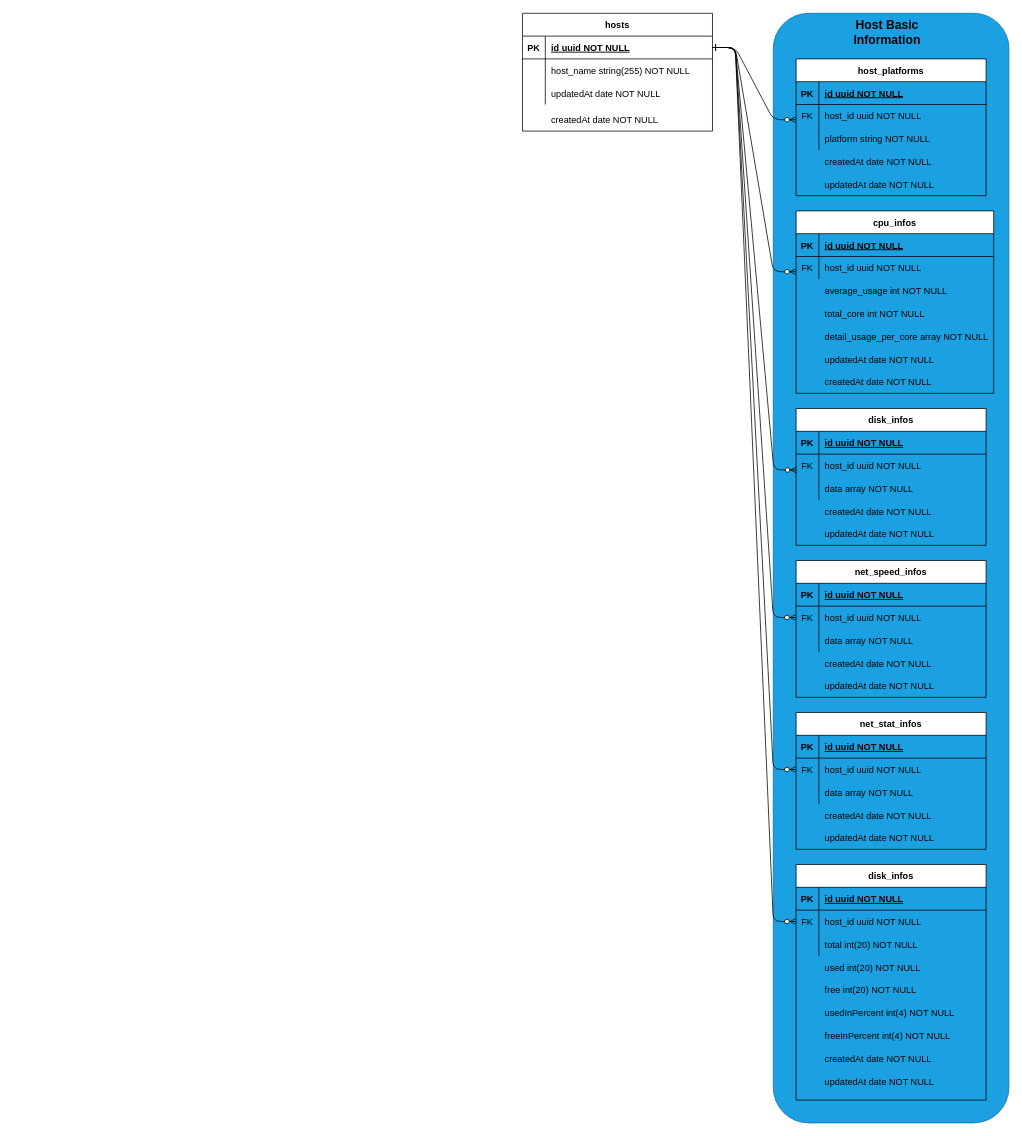
The draw.io diagram ERD.drawio in zed378/monitored, before the edit. Source tidied: cells renumbered, new cells numbered last; positions are measured from the earlier drawing's top-left corner, leaving out a move shared by most shapes. Both pictures are drawn from the tidied source at 76%, with x=0, y=0 at pixel (522, 13).
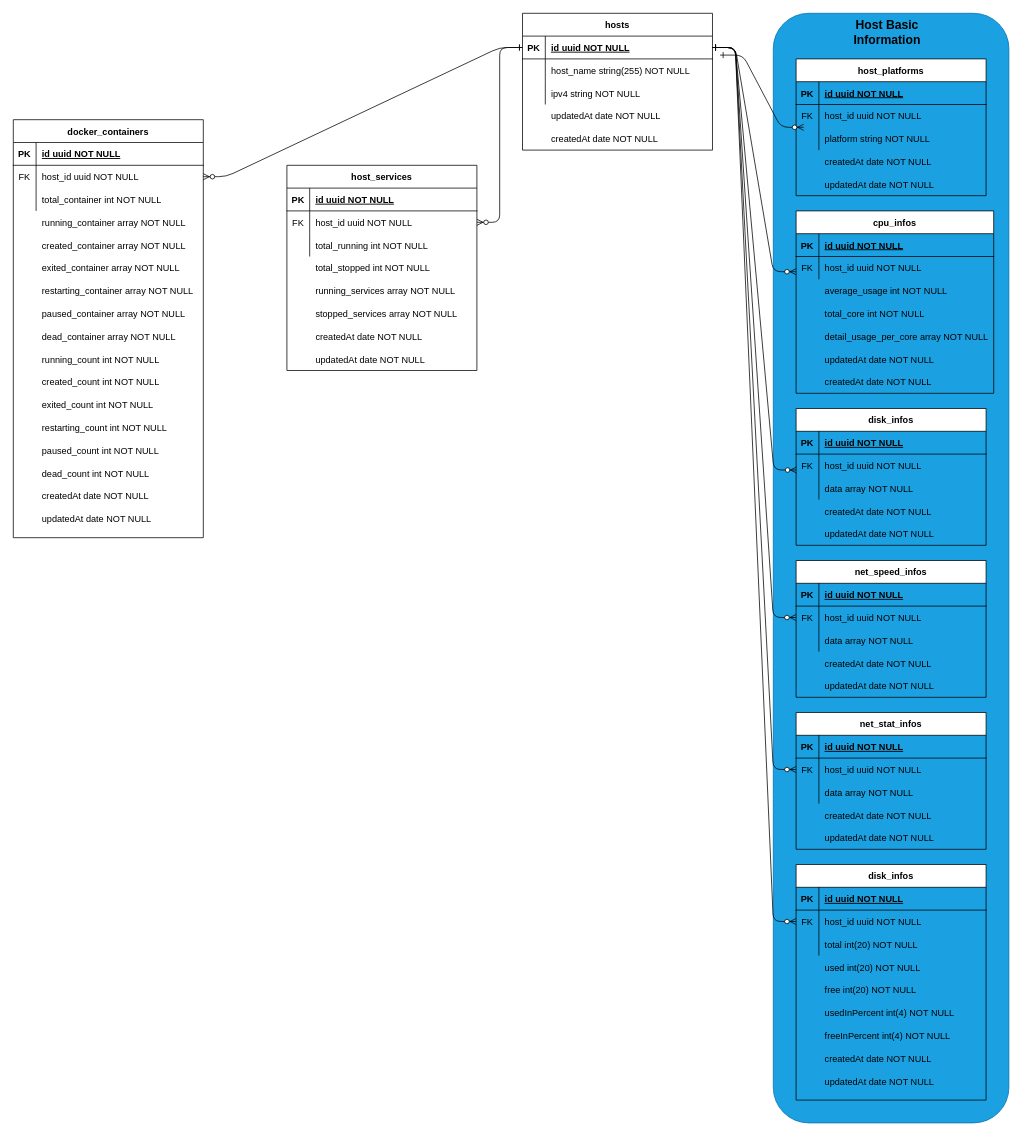
The same diagram, later.

The change refers to these unchanged cells:
```xml
<mxCell id="8" style="shape=partialRectangle;fillColor=none;points=[[0,0.5],[1,0.5]];portConstraint=eastwest;top=0;left=0;right=0;bottom=1;" parent="7" vertex="1">
  <mxGeometry y="30" width="250" height="30" as="geometry" />
</mxCell>
<mxCell id="14" style="shape=partialRectangle;fillColor=none;top=0;left=0;right=0;bottom=0;" parent="7" vertex="1">
  <mxGeometry y="90" width="250" height="30" as="geometry" />
</mxCell>
<mxCell id="44" style="shape=partialRectangle;fillColor=none;points=[[0,0.5],[1,0.5]];portConstraint=eastwest;top=0;left=0;right=0;bottom=0;" parent="40" vertex="1">
  <mxGeometry y="60" width="250" height="30" as="geometry" />
</mxCell>
```

The edit, as a diff of the source:
```diff
@@
     <mxCell id="6" style="group;" parent="1" vertex="1">
-      <mxGeometry width="250" height="155" as="geometry" />
+      <mxGeometry width="250" height="250" as="geometry" />
     </mxCell>
     <mxCell id="7" value="hosts" style="shape=table;startSize=30;childLayout=tableLayout;rowLines=0;fontStyle=1;align=center;" parent="6" vertex="1">
-      <mxGeometry width="250" height="155" as="geometry" />
+      <mxGeometry width="250" height="180" as="geometry" />
     </mxCell>
@@
-    <mxCell id="16" value="updatedAt date NOT NULL" style="shape=partialRectangle;overflow=hidden;fillColor=none;top=0;left=0;bottom=0;right=0;align=left;spacingLeft=6;" parent="14" vertex="1">
+    <mxCell id="16" value="ipv4 string NOT NULL" style="shape=partialRectangle;overflow=hidden;fillColor=none;top=0;left=0;bottom=0;right=0;align=left;spacingLeft=6;" parent="14" vertex="1">
       <mxGeometry x="30" width="220" height="30" as="geometry" />
     </mxCell>
     <mxCell id="17" style="group;" parent="6" vertex="1">
-      <mxGeometry y="125" width="250" height="30" as="geometry" />
+      <mxGeometry y="150" width="250" height="30" as="geometry" />
     </mxCell>
@@
+    <mxCell id="141" value="updatedAt date NOT NULL" style="shape=partialRectangle;overflow=hidden;fillColor=none;top=0;left=0;bottom=0;right=0;align=left;spacingLeft=6;" parent="6" vertex="1">
+      <mxGeometry x="30" y="120" width="220" height="30" as="geometry" />
+    </mxCell>
+    <mxCell id="142" style="shape=partialRectangle;overflow=hidden;fillColor=none;top=0;left=0;bottom=0;right=0;" parent="6" vertex="1">
+      <mxGeometry y="120" width="30" height="30" as="geometry" />
+    </mxCell>
@@
-    <mxCell id="38" style="edgeStyle=entityRelationEdgeStyle;endArrow=ERzeroToMany;startArrow=ERone;endFill=1;startFill=0;entryX=0;entryY=0.667;entryDx=0;entryDy=0;entryPerimeter=0;exitX=1;exitY=0.5;exitDx=0;exitDy=0;" parent="1" edge="1" source="8" target="44">
+    <mxCell id="38" style="edgeStyle=entityRelationEdgeStyle;endArrow=ERzeroToMany;startArrow=ERone;endFill=1;startFill=0;entryX=1;entryY=0.5;entryDx=0;entryDy=0;exitX=0;exitY=0.5;exitDx=0;exitDy=0;" parent="1" edge="1" source="8" target="148">
       <mxGeometry relative="1" as="geometry">
         <Array as="points">
-          <mxPoint x="30" y="300" />
+          <mxPoint x="-360" y="315" />
         </Array>
       </mxGeometry>
     </mxCell>
@@
+    <mxCell id="143" style="group;" parent="1" vertex="1">
+      <mxGeometry x="-310" y="200" width="250" height="270" as="geometry" />
+    </mxCell>
+    <mxCell id="144" value="host_services" style="shape=table;startSize=30;childLayout=tableLayout;rowLines=0;fontStyle=1;align=center;" parent="143" vertex="1">
+      <mxGeometry width="250" height="270" as="geometry" />
+    </mxCell>
+    <mxCell id="145" style="shape=partialRectangle;fillColor=none;top=0;left=0;right=0;bottom=1;" parent="144" vertex="1">
+      <mxGeometry y="30" width="250" height="30" as="geometry" />
+    </mxCell>
+    <mxCell id="146" value="PK" style="shape=partialRectangle;overflow=hidden;fillColor=none;top=0;left=0;bottom=0;right=0;fontStyle=1;" parent="145" vertex="1">
+      <mxGeometry width="30" height="30" as="geometry" />
+    </mxCell>
+    <mxCell id="147" value="id uuid NOT NULL" style="shape=partialRectangle;overflow=hidden;fillColor=none;top=0;left=0;bottom=0;right=0;align=left;spacingLeft=6;fontStyle=5;" parent="145" vertex="1">
+      <mxGeometry x="30" width="220" height="30" as="geometry" />
+    </mxCell>
+    <mxCell id="148" style="shape=partialRectangle;fillColor=none;points=[[0,0.5],[1,0.5]];portConstraint=eastwest;top=0;left=0;right=0;bottom=0;" parent="144" vertex="1">
+      <mxGeometry y="60" width="250" height="30" as="geometry" />
+    </mxCell>
+    <mxCell id="149" value="FK" style="shape=partialRectangle;overflow=hidden;fillColor=none;top=0;left=0;bottom=0;right=0;" parent="148" vertex="1">
+      <mxGeometry width="30" height="30" as="geometry" />
+    </mxCell>
+    <mxCell id="150" value="host_id uuid NOT NULL" style="shape=partialRectangle;overflow=hidden;fillColor=none;top=0;left=0;bottom=0;right=0;align=left;spacingLeft=6;" parent="148" vertex="1">
+      <mxGeometry x="30" width="220" height="30" as="geometry" />
+    </mxCell>
+    <mxCell id="151" style="shape=partialRectangle;fillColor=none;top=0;left=0;right=0;bottom=0;" parent="144" vertex="1">
+      <mxGeometry y="90" width="250" height="30" as="geometry" />
+    </mxCell>
+    <mxCell id="152" style="shape=partialRectangle;overflow=hidden;fillColor=none;top=0;left=0;bottom=0;right=0;" parent="151" vertex="1">
+      <mxGeometry width="30" height="30" as="geometry" />
+    </mxCell>
+    <mxCell id="153" value="total_running int NOT NULL" style="shape=partialRectangle;overflow=hidden;fillColor=none;top=0;left=0;bottom=0;right=0;align=left;spacingLeft=6;" parent="151" vertex="1">
+      <mxGeometry x="30" width="220" height="30" as="geometry" />
+    </mxCell>
+    <mxCell id="154" style="shape=partialRectangle;overflow=hidden;fillColor=none;top=0;left=0;bottom=0;right=0;" parent="143" vertex="1">
+      <mxGeometry y="120" width="30" height="30" as="geometry" />
+    </mxCell>
+    <mxCell id="155" value="total_stopped int NOT NULL" style="shape=partialRectangle;overflow=hidden;fillColor=none;top=0;left=0;bottom=0;right=0;align=left;spacingLeft=6;" parent="143" vertex="1">
+      <mxGeometry x="30" y="120" width="220" height="30" as="geometry" />
+    </mxCell>
+    <mxCell id="156" style="shape=partialRectangle;overflow=hidden;fillColor=none;top=0;left=0;bottom=0;right=0;" parent="143" vertex="1">
+      <mxGeometry y="150" width="30" height="30" as="geometry" />
+    </mxCell>
+    <mxCell id="157" value="running_services array NOT NULL" style="shape=partialRectangle;overflow=hidden;fillColor=none;top=0;left=0;bottom=0;right=0;align=left;spacingLeft=6;" parent="143" vertex="1">
+      <mxGeometry x="30" y="150" width="220" height="30" as="geometry" />
+    </mxCell>
+    <mxCell id="158" style="shape=partialRectangle;overflow=hidden;fillColor=none;top=0;left=0;bottom=0;right=0;" parent="143" vertex="1">
+      <mxGeometry y="180" width="30" height="30" as="geometry" />
+    </mxCell>
+    <mxCell id="159" value="stopped_services array NOT NULL" style="shape=partialRectangle;overflow=hidden;fillColor=none;top=0;left=0;bottom=0;right=0;align=left;spacingLeft=6;" parent="143" vertex="1">
+      <mxGeometry x="30" y="180" width="220" height="30" as="geometry" />
+    </mxCell>
+    <mxCell id="160" style="shape=partialRectangle;overflow=hidden;fillColor=none;top=0;left=0;bottom=0;right=0;" parent="143" vertex="1">
+      <mxGeometry y="210" width="30" height="30" as="geometry" />
+    </mxCell>
+    <mxCell id="161" value="createdAt date NOT NULL" style="shape=partialRectangle;overflow=hidden;fillColor=none;top=0;left=0;bottom=0;right=0;align=left;spacingLeft=6;" parent="143" vertex="1">
+      <mxGeometry x="30" y="210" width="220" height="30" as="geometry" />
+    </mxCell>
+    <mxCell id="162" style="shape=partialRectangle;overflow=hidden;fillColor=none;top=0;left=0;bottom=0;right=0;" parent="143" vertex="1">
+      <mxGeometry y="240" width="30" height="30" as="geometry" />
+    </mxCell>
+    <mxCell id="163" value="updatedAt date NOT NULL" style="shape=partialRectangle;overflow=hidden;fillColor=none;top=0;left=0;bottom=0;right=0;align=left;spacingLeft=6;" parent="143" vertex="1">
+      <mxGeometry x="30" y="240" width="220" height="30" as="geometry" />
+    </mxCell>
+    <mxCell id="164" style="edgeStyle=entityRelationEdgeStyle;endArrow=ERzeroToMany;startArrow=ERone;endFill=1;startFill=0;entryX=0;entryY=0.667;entryDx=0;entryDy=0;entryPerimeter=0;exitX=1;exitY=0.5;exitDx=0;exitDy=0;" parent="1" edge="1">
+      <mxGeometry relative="1" as="geometry">
+        <mxPoint x="260" y="55" as="sourcePoint" />
+        <mxPoint x="370" y="150" as="targetPoint" />
+        <Array as="points">
+          <mxPoint x="40" y="310" />
+        </Array>
+      </mxGeometry>
+    </mxCell>
+    <mxCell id="165" style="group;" parent="1" vertex="1">
+      <mxGeometry x="-670" y="140" width="250" height="580" as="geometry" />
+    </mxCell>
+    <mxCell id="166" value="docker_containers" style="shape=table;startSize=30;childLayout=tableLayout;rowLines=0;fontStyle=1;align=center;" parent="165" vertex="1">
+      <mxGeometry width="250" height="550" as="geometry" />
+    </mxCell>
+    <mxCell id="167" style="shape=partialRectangle;fillColor=none;top=0;left=0;right=0;bottom=1;" parent="166" vertex="1">
+      <mxGeometry y="30" width="250" height="30" as="geometry" />
+    </mxCell>
+    <mxCell id="168" value="PK" style="shape=partialRectangle;overflow=hidden;fillColor=none;top=0;left=0;bottom=0;right=0;fontStyle=1;" parent="167" vertex="1">
+      <mxGeometry width="30" height="30" as="geometry" />
+    </mxCell>
+    <mxCell id="169" value="id uuid NOT NULL" style="shape=partialRectangle;overflow=hidden;fillColor=none;top=0;left=0;bottom=0;right=0;align=left;spacingLeft=6;fontStyle=5;" parent="167" vertex="1">
+      <mxGeometry x="30" width="220" height="30" as="geometry" />
+    </mxCell>
+    <mxCell id="170" style="shape=partialRectangle;fillColor=none;points=[[0,0.5],[1,0.5]];portConstraint=eastwest;top=0;left=0;right=0;bottom=0;" parent="166" vertex="1">
+      <mxGeometry y="60" width="250" height="30" as="geometry" />
+    </mxCell>
+    <mxCell id="171" value="FK" style="shape=partialRectangle;overflow=hidden;fillColor=none;top=0;left=0;bottom=0;right=0;" parent="170" vertex="1">
+      <mxGeometry width="30" height="30" as="geometry" />
+    </mxCell>
+    <mxCell id="172" value="host_id uuid NOT NULL" style="shape=partialRectangle;overflow=hidden;fillColor=none;top=0;left=0;bottom=0;right=0;align=left;spacingLeft=6;" parent="170" vertex="1">
+      <mxGeometry x="30" width="220" height="30" as="geometry" />
+    </mxCell>
+    <mxCell id="173" style="shape=partialRectangle;fillColor=none;top=0;left=0;right=0;bottom=0;" parent="166" vertex="1">
+      <mxGeometry y="90" width="250" height="30" as="geometry" />
+    </mxCell>
+    <mxCell id="174" style="shape=partialRectangle;overflow=hidden;fillColor=none;top=0;left=0;bottom=0;right=0;" parent="173" vertex="1">
+      <mxGeometry width="30" height="30" as="geometry" />
+    </mxCell>
+    <mxCell id="175" value="total_container int NOT NULL" style="shape=partialRectangle;overflow=hidden;fillColor=none;top=0;left=0;bottom=0;right=0;align=left;spacingLeft=6;" parent="173" vertex="1">
+      <mxGeometry x="30" width="220" height="30" as="geometry" />
+    </mxCell>
+    <mxCell id="176" style="shape=partialRectangle;overflow=hidden;fillColor=none;top=0;left=0;bottom=0;right=0;" parent="165" vertex="1">
+      <mxGeometry y="120" width="30" height="30" as="geometry" />
+    </mxCell>
+    <mxCell id="177" value="running_container array NOT NULL" style="shape=partialRectangle;overflow=hidden;fillColor=none;top=0;left=0;bottom=0;right=0;align=left;spacingLeft=6;" parent="165" vertex="1">
+      <mxGeometry x="30" y="120" width="220" height="30" as="geometry" />
+    </mxCell>
+    <mxCell id="178" style="shape=partialRectangle;overflow=hidden;fillColor=none;top=0;left=0;bottom=0;right=0;" parent="165" vertex="1">
+      <mxGeometry y="150" width="30" height="30" as="geometry" />
+    </mxCell>
+    <mxCell id="179" value="created_container array NOT NULL" style="shape=partialRectangle;overflow=hidden;fillColor=none;top=0;left=0;bottom=0;right=0;align=left;spacingLeft=6;" parent="165" vertex="1">
+      <mxGeometry x="30" y="150" width="220" height="30" as="geometry" />
+    </mxCell>
+    <mxCell id="180" style="shape=partialRectangle;overflow=hidden;fillColor=none;top=0;left=0;bottom=0;right=0;" parent="165" vertex="1">
+      <mxGeometry y="180" width="30" height="30" as="geometry" />
+    </mxCell>
+    <mxCell id="181" value="exited_container array NOT NULL" style="shape=partialRectangle;overflow=hidden;fillColor=none;top=0;left=0;bottom=0;right=0;align=left;spacingLeft=6;" parent="165" vertex="1">
+      <mxGeometry x="30" y="180" width="220" height="30" as="geometry" />
+    </mxCell>
+    <mxCell id="182" style="shape=partialRectangle;overflow=hidden;fillColor=none;top=0;left=0;bottom=0;right=0;" parent="165" vertex="1">
+      <mxGeometry y="210" width="30" height="30" as="geometry" />
+    </mxCell>
+    <mxCell id="183" value="restarting_container array NOT NULL" style="shape=partialRectangle;overflow=hidden;fillColor=none;top=0;left=0;bottom=0;right=0;align=left;spacingLeft=6;" parent="165" vertex="1">
+      <mxGeometry x="30" y="210" width="220" height="30" as="geometry" />
+    </mxCell>
+    <mxCell id="184" style="shape=partialRectangle;overflow=hidden;fillColor=none;top=0;left=0;bottom=0;right=0;" parent="165" vertex="1">
+      <mxGeometry y="240" width="30" height="30" as="geometry" />
+    </mxCell>
+    <mxCell id="185" value="paused_container array NOT NULL" style="shape=partialRectangle;overflow=hidden;fillColor=none;top=0;left=0;bottom=0;right=0;align=left;spacingLeft=6;" parent="165" vertex="1">
+      <mxGeometry x="30" y="240" width="220" height="30" as="geometry" />
+    </mxCell>
+    <mxCell id="186" style="shape=partialRectangle;overflow=hidden;fillColor=none;top=0;left=0;bottom=0;right=0;" parent="165" vertex="1">
+      <mxGeometry y="270" width="30" height="30" as="geometry" />
+    </mxCell>
+    <mxCell id="187" value="dead_container array NOT NULL" style="shape=partialRectangle;overflow=hidden;fillColor=none;top=0;left=0;bottom=0;right=0;align=left;spacingLeft=6;" parent="165" vertex="1">
+      <mxGeometry x="30" y="270" width="220" height="30" as="geometry" />
+    </mxCell>
+    <mxCell id="188" style="shape=partialRectangle;overflow=hidden;fillColor=none;top=0;left=0;bottom=0;right=0;" parent="165" vertex="1">
+      <mxGeometry y="300" width="30" height="30" as="geometry" />
+    </mxCell>
+    <mxCell id="189" value="running_count int NOT NULL" style="shape=partialRectangle;overflow=hidden;fillColor=none;top=0;left=0;bottom=0;right=0;align=left;spacingLeft=6;" parent="165" vertex="1">
+      <mxGeometry x="30" y="300" width="220" height="30" as="geometry" />
+    </mxCell>
+    <mxCell id="190" style="shape=partialRectangle;overflow=hidden;fillColor=none;top=0;left=0;bottom=0;right=0;" parent="165" vertex="1">
+      <mxGeometry y="330" width="30" height="30" as="geometry" />
+    </mxCell>
+    <mxCell id="191" value="created_count int NOT NULL" style="shape=partialRectangle;overflow=hidden;fillColor=none;top=0;left=0;bottom=0;right=0;align=left;spacingLeft=6;" parent="165" vertex="1">
+      <mxGeometry x="30" y="330" width="220" height="30" as="geometry" />
+    </mxCell>
+    <mxCell id="192" style="shape=partialRectangle;overflow=hidden;fillColor=none;top=0;left=0;bottom=0;right=0;" parent="165" vertex="1">
+      <mxGeometry y="360" width="30" height="30" as="geometry" />
+    </mxCell>
+    <mxCell id="193" value="exited_count int NOT NULL" style="shape=partialRectangle;overflow=hidden;fillColor=none;top=0;left=0;bottom=0;right=0;align=left;spacingLeft=6;" parent="165" vertex="1">
+      <mxGeometry x="30" y="360" width="220" height="30" as="geometry" />
+    </mxCell>
+    <mxCell id="194" style="shape=partialRectangle;overflow=hidden;fillColor=none;top=0;left=0;bottom=0;right=0;" parent="165" vertex="1">
+      <mxGeometry y="390" width="30" height="30" as="geometry" />
+    </mxCell>
+    <mxCell id="195" value="restarting_count int NOT NULL" style="shape=partialRectangle;overflow=hidden;fillColor=none;top=0;left=0;bottom=0;right=0;align=left;spacingLeft=6;" parent="165" vertex="1">
+      <mxGeometry x="30" y="390" width="220" height="30" as="geometry" />
+    </mxCell>
+    <mxCell id="196" style="shape=partialRectangle;overflow=hidden;fillColor=none;top=0;left=0;bottom=0;right=0;" parent="165" vertex="1">
+      <mxGeometry y="420" width="30" height="30" as="geometry" />
+    </mxCell>
+    <mxCell id="197" value="paused_count int NOT NULL" style="shape=partialRectangle;overflow=hidden;fillColor=none;top=0;left=0;bottom=0;right=0;align=left;spacingLeft=6;" parent="165" vertex="1">
+      <mxGeometry x="30" y="420" width="220" height="30" as="geometry" />
+    </mxCell>
+    <mxCell id="198" style="shape=partialRectangle;overflow=hidden;fillColor=none;top=0;left=0;bottom=0;right=0;" parent="165" vertex="1">
+      <mxGeometry y="450" width="30" height="30" as="geometry" />
+    </mxCell>
+    <mxCell id="199" value="dead_count int NOT NULL" style="shape=partialRectangle;overflow=hidden;fillColor=none;top=0;left=0;bottom=0;right=0;align=left;spacingLeft=6;" parent="165" vertex="1">
+      <mxGeometry x="30" y="450" width="220" height="30" as="geometry" />
+    </mxCell>
+    <mxCell id="200" style="shape=partialRectangle;overflow=hidden;fillColor=none;top=0;left=0;bottom=0;right=0;" parent="165" vertex="1">
+      <mxGeometry y="480" width="30" height="30" as="geometry" />
+    </mxCell>
+    <mxCell id="201" value="createdAt date NOT NULL" style="shape=partialRectangle;overflow=hidden;fillColor=none;top=0;left=0;bottom=0;right=0;align=left;spacingLeft=6;" parent="165" vertex="1">
+      <mxGeometry x="30" y="480" width="220" height="30" as="geometry" />
+    </mxCell>
+    <mxCell id="202" style="shape=partialRectangle;overflow=hidden;fillColor=none;top=0;left=0;bottom=0;right=0;" parent="165" vertex="1">
+      <mxGeometry y="510" width="30" height="30" as="geometry" />
+    </mxCell>
+    <mxCell id="203" value="updatedAt date NOT NULL" style="shape=partialRectangle;overflow=hidden;fillColor=none;top=0;left=0;bottom=0;right=0;align=left;spacingLeft=6;" parent="165" vertex="1">
+      <mxGeometry x="30" y="510" width="220" height="30" as="geometry" />
+    </mxCell>
+    <mxCell id="204" style="edgeStyle=entityRelationEdgeStyle;endArrow=ERzeroToMany;startArrow=ERone;endFill=1;startFill=0;entryX=1;entryY=0.5;entryDx=0;entryDy=0;exitX=0;exitY=0.5;exitDx=0;exitDy=0;" parent="1" edge="1" source="8" target="170">
+      <mxGeometry relative="1" as="geometry">
+        <Array as="points">
+          <mxPoint x="-350" y="325" />
+        </Array>
+      </mxGeometry>
+    </mxCell>
```
